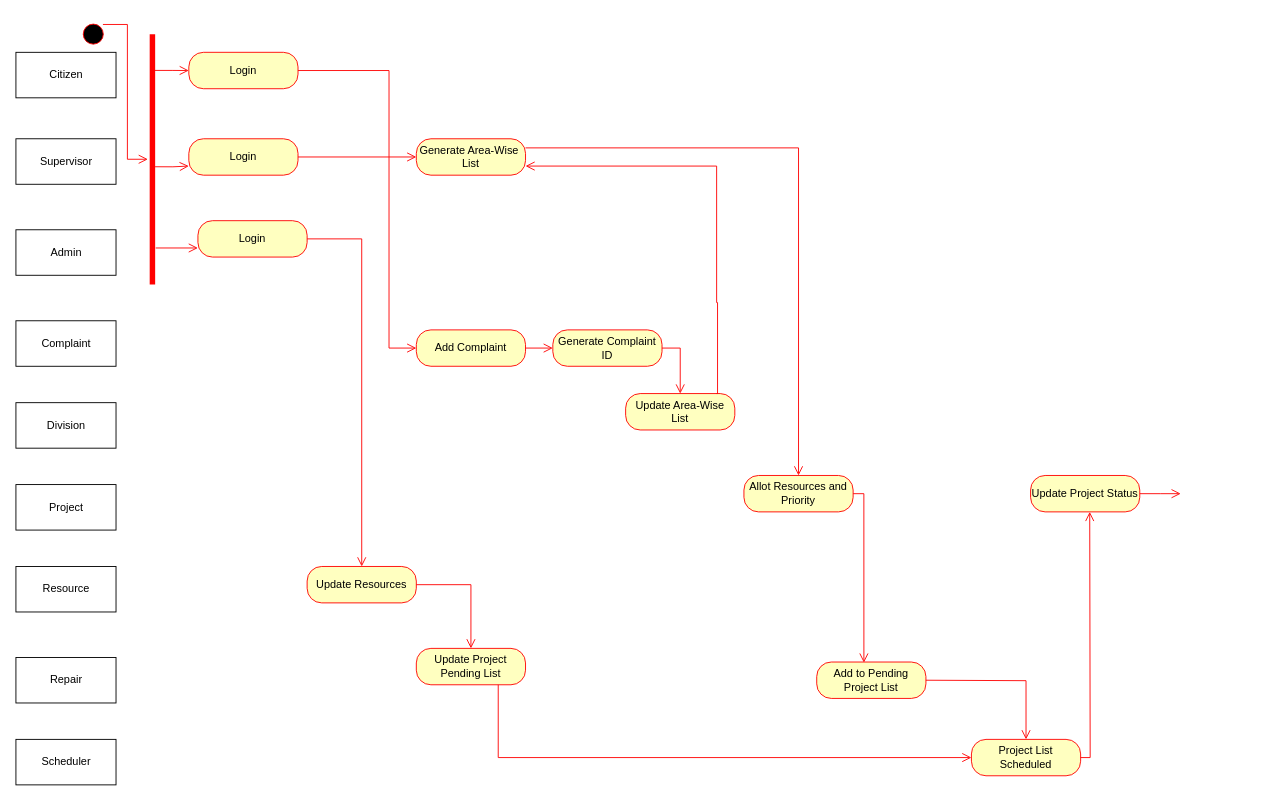
Before: diagrams/ActivityDiagramUML.drawio in O-alpha/SE-LAB, a draw.io diagram. Source tidied: cells renumbered, new cells numbered last; positions are measured from the earlier drawing's top-left corner, leaving out a move shared by most shapes. Both pictures are drawn from the tidied source at 91%, with x=0, y=0 at pixel (15, 20).
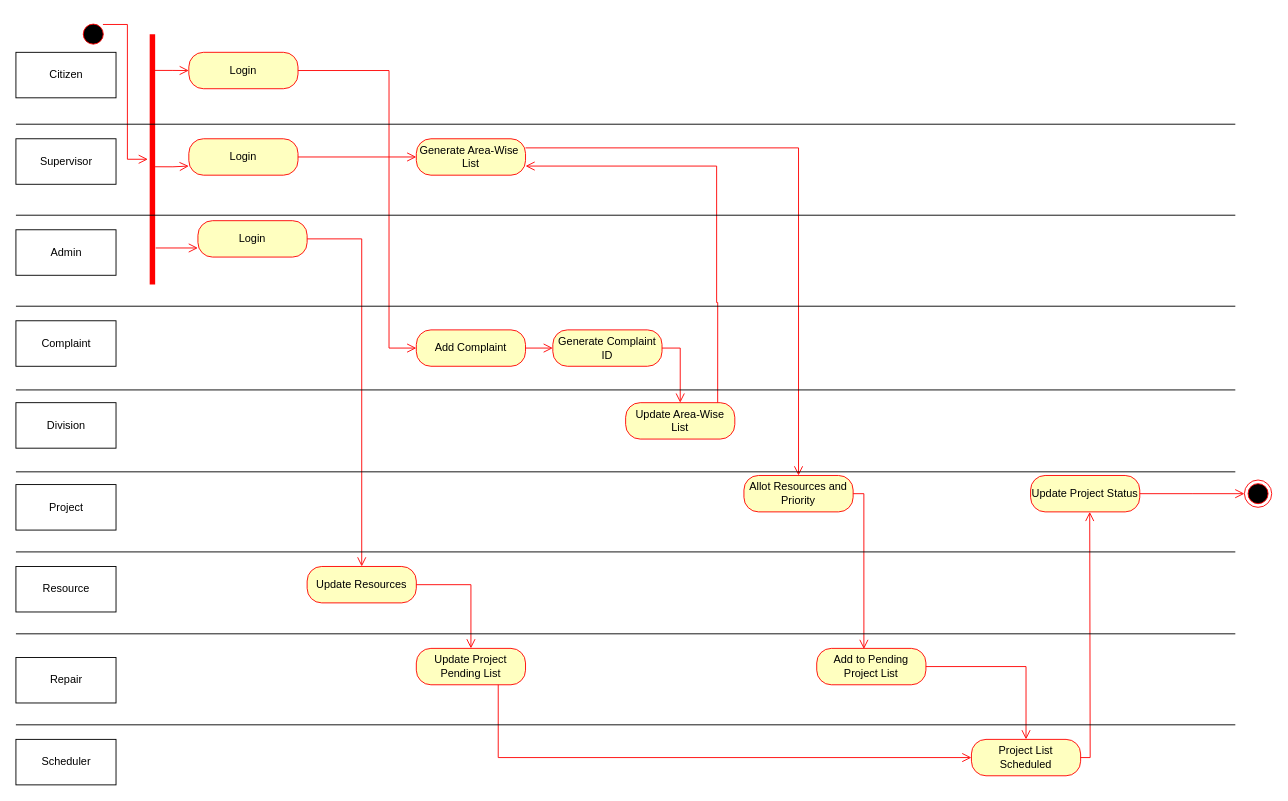
The same page after the edit.

The change refers to these unchanged cells:
```xml
<mxCell id="27" value="Generate Area-Wise&amp;nbsp;&lt;br&gt;List" style="rounded=1;whiteSpace=wrap;html=1;arcSize=40;fontColor=#000000;fillColor=#ffffc0;strokeColor=#ff0000;" parent="1" vertex="1">
  <mxGeometry x="440" y="130" width="120" height="40" as="geometry" />
</mxCell>
<mxCell id="36" value="Project List Scheduled" style="rounded=1;whiteSpace=wrap;html=1;arcSize=40;fontColor=#000000;fillColor=#ffffc0;strokeColor=#ff0000;" parent="1" vertex="1">
  <mxGeometry x="1050" y="790" width="120" height="40" as="geometry" />
</mxCell>
<mxCell id="41" value="Update Project Status" style="rounded=1;whiteSpace=wrap;html=1;arcSize=40;fontColor=#000000;fillColor=#ffffc0;strokeColor=#ff0000;" parent="1" vertex="1">
  <mxGeometry x="1115" y="500" width="120" height="40" as="geometry" />
</mxCell>
```

The edit, as a diff of the source:
```diff
@@
     <mxCell id="24" value="Update Area-Wise List" style="rounded=1;whiteSpace=wrap;html=1;arcSize=40;fontColor=#000000;fillColor=#ffffc0;strokeColor=#ff0000;" parent="1" vertex="1">
-      <mxGeometry x="670" y="410" width="120" height="40" as="geometry" />
+      <mxGeometry x="670" y="420" width="120" height="40" as="geometry" />
     </mxCell>
-    <mxCell id="25" style="edgeStyle=orthogonalEdgeStyle;html=1;verticalAlign=bottom;endArrow=open;endSize=8;strokeColor=#ff0000;rounded=0;entryX=1;entryY=0.75;entryDx=0;entryDy=0;" parent="1" edge="1" target="27">
+    <mxCell id="25" style="edgeStyle=orthogonalEdgeStyle;html=1;verticalAlign=bottom;endArrow=open;endSize=8;strokeColor=#ff0000;rounded=0;entryX=1;entryY=0.75;entryDx=0;entryDy=0;exitX=0.843;exitY=-0.005;exitDx=0;exitDy=0;exitPerimeter=0;" parent="1" edge="1" source="24" target="27">
       <mxGeometry relative="1" as="geometry">
-        <mxPoint x="770" y="410" as="sourcePoint" />
         <Array as="points">
           <mxPoint x="771" y="310" />
           <mxPoint x="770" y="310" />
           <mxPoint x="770" y="160" />
         </Array>
       </mxGeometry>
     </mxCell>
@@
     <mxCell id="34" value="Add to Pending Project List" style="rounded=1;whiteSpace=wrap;html=1;arcSize=40;fontColor=#000000;fillColor=#ffffc0;strokeColor=#ff0000;" parent="1" vertex="1">
-      <mxGeometry x="880" y="705" width="120" height="40" as="geometry" />
+      <mxGeometry x="880" y="690" width="120" height="40" as="geometry" />
     </mxCell>
-    <mxCell id="35" style="edgeStyle=orthogonalEdgeStyle;html=1;verticalAlign=bottom;endArrow=open;endSize=8;strokeColor=#ff0000;rounded=0;entryX=0.5;entryY=0;entryDx=0;entryDy=0;" parent="1" edge="1" target="36">
-      <mxGeometry relative="1" as="geometry">
-        <mxPoint x="1000" y="725" as="sourcePoint" />
-      </mxGeometry>
+    <mxCell id="35" style="edgeStyle=orthogonalEdgeStyle;html=1;verticalAlign=bottom;endArrow=open;endSize=8;strokeColor=#ff0000;rounded=0;entryX=0.5;entryY=0;entryDx=0;entryDy=0;exitX=1;exitY=0.5;exitDx=0;exitDy=0;" parent="1" edge="1" source="34" target="36">
+      <mxGeometry relative="1" as="geometry" />
     </mxCell>
@@
     <mxCell id="42" style="edgeStyle=orthogonalEdgeStyle;html=1;verticalAlign=bottom;endArrow=open;endSize=8;strokeColor=#ff0000;rounded=0;exitX=1;exitY=0.5;exitDx=0;exitDy=0;" parent="1" edge="1" source="41">
       <mxGeometry relative="1" as="geometry">
-        <mxPoint x="1280" y="520" as="targetPoint" />
+        <mxPoint x="1350" y="520" as="targetPoint" />
       </mxGeometry>
     </mxCell>
+    <mxCell id="43" style="line;strokeWidth=1;fillColor=none;align=left;verticalAlign=middle;spacingTop=-1;spacingLeft=3;spacingRight=3;labelPosition=right;strokeColor=inherit;" parent="1" vertex="1">
+      <mxGeometry y="670" width="1340" height="8" as="geometry" />
+    </mxCell>
+    <mxCell id="44" style="line;strokeWidth=1;fillColor=none;align=left;verticalAlign=middle;spacingTop=-1;spacingLeft=3;spacingRight=3;labelPosition=right;strokeColor=inherit;" parent="1" vertex="1">
+      <mxGeometry y="770" width="1340" height="8" as="geometry" />
+    </mxCell>
+    <mxCell id="45" style="line;strokeWidth=1;fillColor=none;align=left;verticalAlign=middle;spacingTop=-1;spacingLeft=3;spacingRight=3;labelPosition=right;strokeColor=inherit;" parent="1" vertex="1">
+      <mxGeometry y="580" width="1340" height="8" as="geometry" />
+    </mxCell>
+    <mxCell id="46" style="line;strokeWidth=1;fillColor=none;align=left;verticalAlign=middle;spacingTop=-1;spacingLeft=3;spacingRight=3;labelPosition=right;strokeColor=inherit;" parent="1" vertex="1">
+      <mxGeometry y="492" width="1340" height="8" as="geometry" />
+    </mxCell>
+    <mxCell id="47" style="line;strokeWidth=1;fillColor=none;align=left;verticalAlign=middle;spacingTop=-1;spacingLeft=3;spacingRight=3;labelPosition=right;strokeColor=inherit;" parent="1" vertex="1">
+      <mxGeometry y="402" width="1340" height="8" as="geometry" />
+    </mxCell>
+    <mxCell id="48" style="line;strokeWidth=1;fillColor=none;align=left;verticalAlign=middle;spacingTop=-1;spacingLeft=3;spacingRight=3;labelPosition=right;strokeColor=inherit;" parent="1" vertex="1">
+      <mxGeometry y="310" width="1340" height="8" as="geometry" />
+    </mxCell>
+    <mxCell id="49" style="line;strokeWidth=1;fillColor=none;align=left;verticalAlign=middle;spacingTop=-1;spacingLeft=3;spacingRight=3;labelPosition=right;strokeColor=inherit;" parent="1" vertex="1">
+      <mxGeometry y="210" width="1340" height="8" as="geometry" />
+    </mxCell>
+    <mxCell id="50" style="line;strokeWidth=1;fillColor=none;align=left;verticalAlign=middle;spacingTop=-1;spacingLeft=3;spacingRight=3;labelPosition=right;strokeColor=inherit;" parent="1" vertex="1">
+      <mxGeometry y="110" width="1340" height="8" as="geometry" />
+    </mxCell>
+    <mxCell id="51" style="ellipse;html=1;shape=endState;fillColor=#000000;strokeColor=#ff0000;" parent="1" vertex="1">
+      <mxGeometry x="1350" y="505" width="30" height="30" as="geometry" />
+    </mxCell>
```
